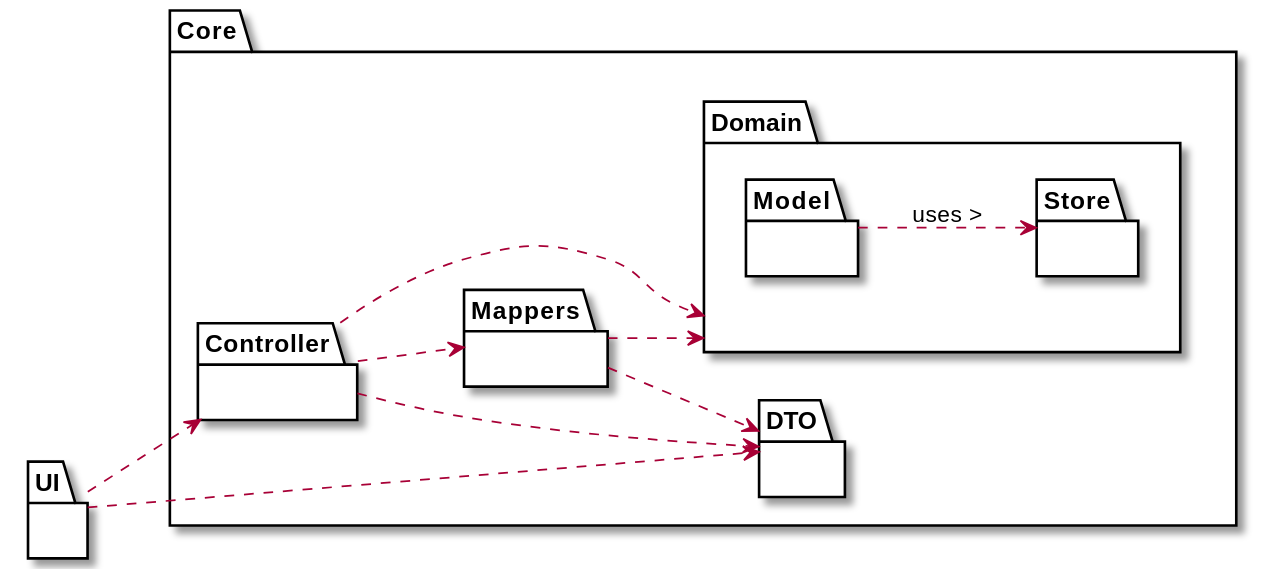
The PlantUML diagram docs/SprintD/US_14/US014_PD_WithAssociations.svg in ana-albergaria/LAPR2-ISEP, before a commit.
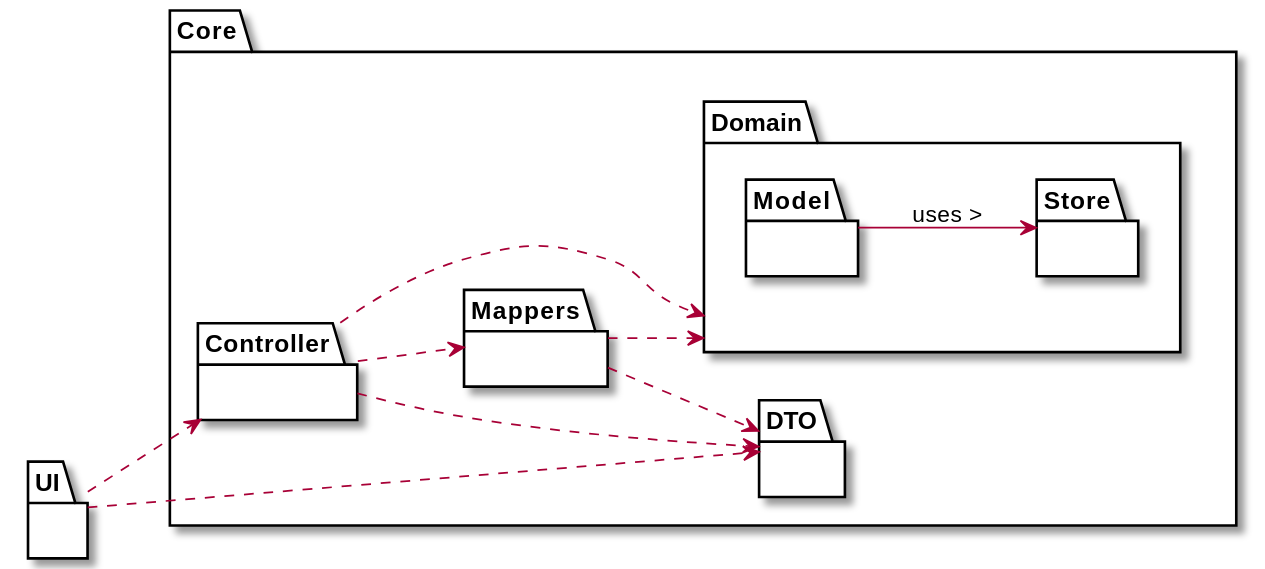
The same file after the commit.

Commit message:
Corrected error in US14 Package Diagram With Associations. Did US16 Class Diagrams and Package Diagrams.

Change to the diagram source:
```diff
@@ -27,6 +27,6 @@
 Controller ..> Domain
 Mappers ..> DTO
 Mappers ..> Domain
-Model ..> Store : uses >
+Model --> Store : uses >
 
 @enduml
```
